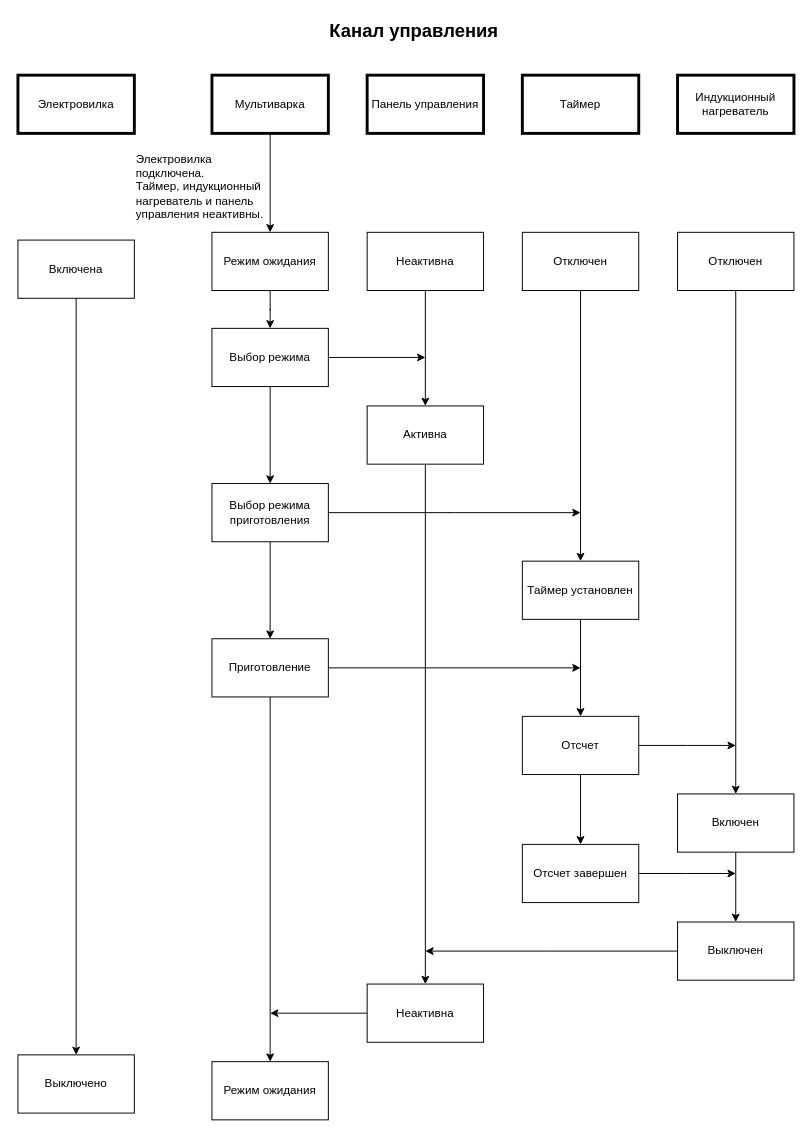
Earlier version of the draw.io diagram page "КУ" (4 of 5) of lab_05/lab_05.drawio (marchenko-vs/ics7-oop). Source tidied: cells renumbered, new cells numbered last; positions are measured from the earlier drawing's top-left corner, leaving out a move shared by most shapes. Both pictures are drawn from the tidied source at 97%, with x=0, y=0 at pixel (17, 16).
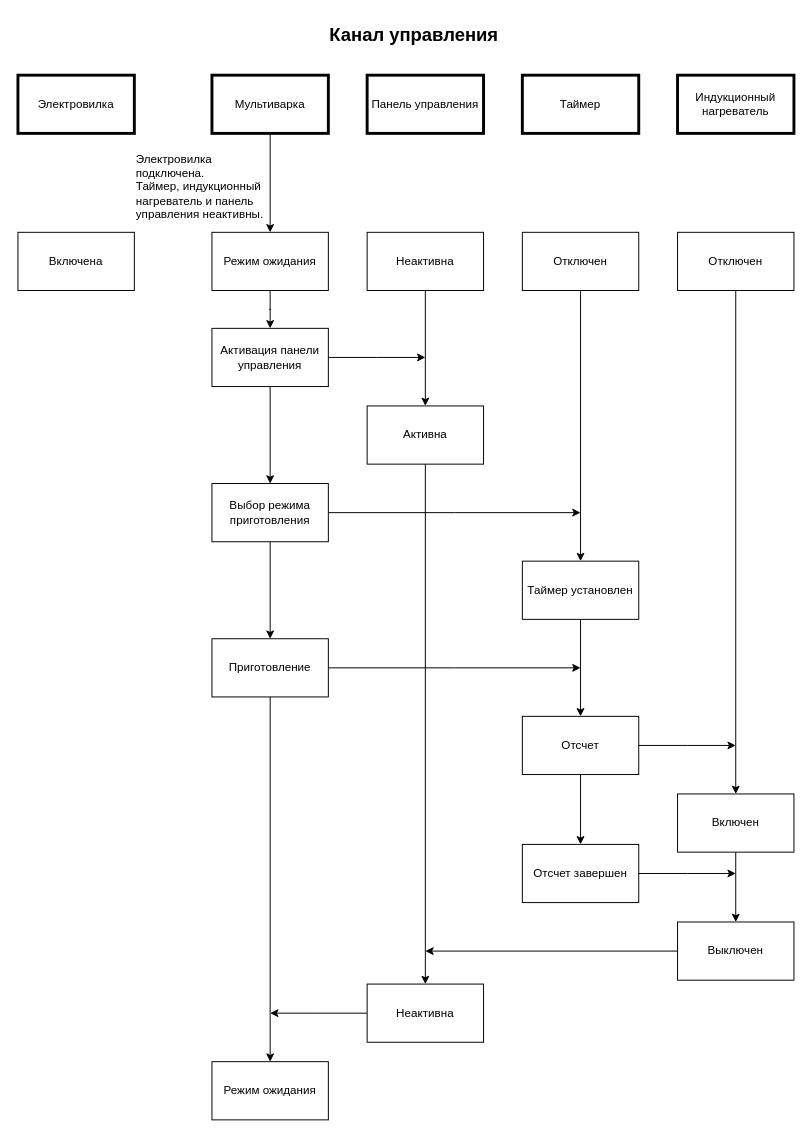
Above is the later version.

The edit, as a diff of the source:
```diff
@@
     <mxCell id="7" value="&lt;b style=&quot;font-size: 19px;&quot;&gt;Канал управления&lt;/b&gt;" style="text;html=1;align=center;verticalAlign=middle;fontSize=19;" parent="1" vertex="1">
-      <mxGeometry x="313" width="190" height="30" as="geometry" />
+      <mxGeometry x="313" y="4" width="190" height="30" as="geometry" />
     </mxCell>
@@
-    <mxCell id="41" value="Выбор режима" style="rounded=0;whiteSpace=wrap;html=1;strokeWidth=1;" parent="1" vertex="1">
+    <mxCell id="41" value="Активация панели управления" style="rounded=0;whiteSpace=wrap;html=1;strokeWidth=1;" parent="1" vertex="1">
       <mxGeometry x="200" y="321" width="120" height="60" as="geometry" />
     </mxCell>
@@
-    <mxCell id="43" style="edgeStyle=orthogonalEdgeStyle;rounded=0;jettySize=auto;html=1;entryX=0.5;entryY=0;entryDx=0;entryDy=0;" parent="1" edge="1" source="44" target="45">
-      <mxGeometry relative="1" as="geometry" />
-    </mxCell>
     <mxCell id="44" value="Включена" style="rounded=0;whiteSpace=wrap;html=1;strokeWidth=1;" parent="1" vertex="1">
-      <mxGeometry y="230" width="120" height="60" as="geometry" />
+      <mxGeometry y="222" width="120" height="60" as="geometry" />
     </mxCell>
-    <mxCell id="45" value="Выключено" style="rounded=0;whiteSpace=wrap;html=1;strokeWidth=1;" parent="1" vertex="1">
-      <mxGeometry y="1070" width="120" height="60" as="geometry" />
-    </mxCell>
```
